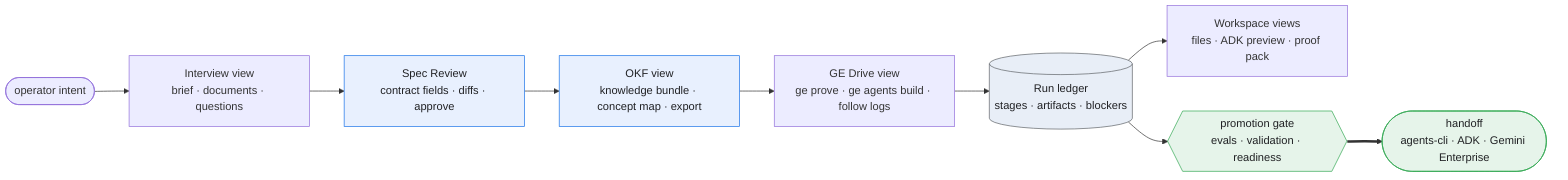
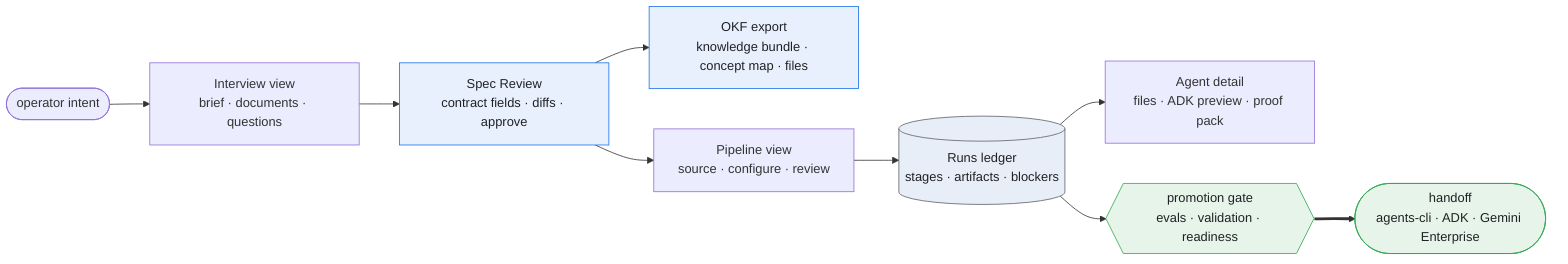
flowchart LR
  O(["operator intent"]) --> I["Interview view\nbrief · documents · questions"]
  I --> S["Spec Review\ncontract fields · diffs · approve"]
-   S --> K["OKF view\nknowledge bundle · concept map · export"]
-   K --> D["GE Drive view\nge prove · ge agents build · follow logs"]
-   D --> R[("Run ledger\nstages · artifacts · blockers")]
-   R --> V["Workspace views\nfiles · ADK preview · proof pack"]
-   R --> P{{"promotion gate\nevals · validation · readiness"}}
-   P ==> H(["handoff\nagents-cli · ADK · Gemini Enterprise"])
+   S --> K["OKF export\nknowledge bundle · concept map · files"]
+   S --> P["Pipeline view\nsource · configure · review"]
+   P --> R[("Runs ledger\nstages · artifacts · blockers")]
+   R --> A["Agent detail\nfiles · ADK preview · proof pack"]
+   R --> G{{"promotion gate\nevals · validation · readiness"}}
+   G ==> H(["handoff\nagents-cli · ADK · Gemini Enterprise"])

  classDef contract fill:#e8f0fe,stroke:#1a73e8,color:#202124
  classDef system fill:#e8eef7,stroke:#5f6368,color:#202124
  classDef proof fill:#e6f4ea,stroke:#34a853,color:#202124
  class S,K contract
  class R system
-   class P,H proof
+   class G,H proof
